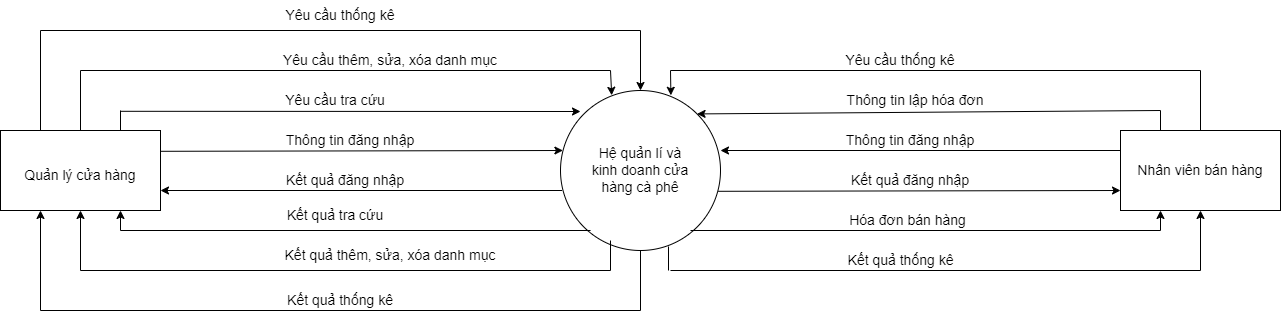
Earlier version of the draw.io export BFD&DFD_NGUCANH_0_1/ContextDiagram_CoffeeShop.drawio.png (hungtadasuke/CoffeShop_SoftwareTechnology). Source tidied: cells renumbered, new cells last; positions are measured from the earlier drawing's top-left corner, leaving out a move shared by most shapes.
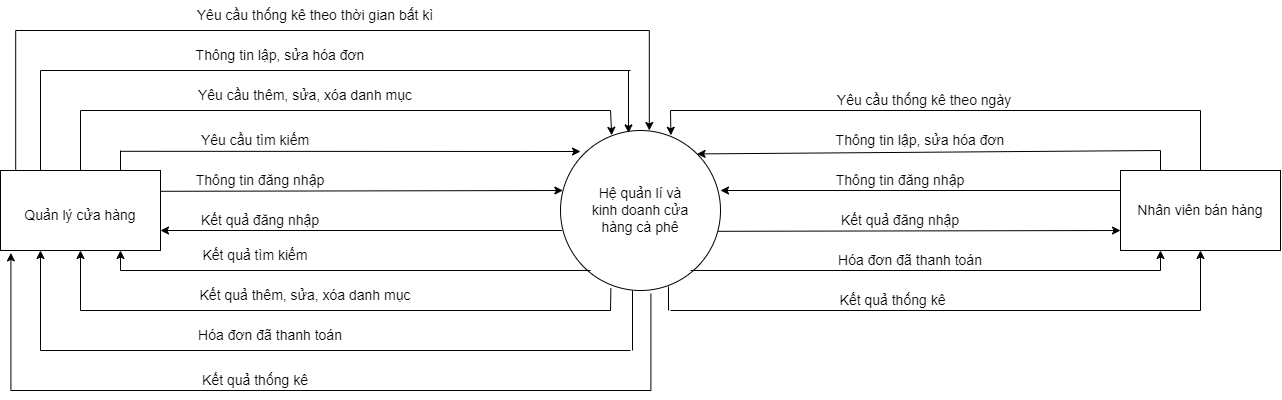
The same file after the commit.

Diff of the diagram source:
```diff
@@ -20,11 +20,11 @@
     <mxCell id="7" value="Nhân viên bán hàng" style="text;html=1;strokeColor=none;fillColor=none;align=center;verticalAlign=middle;whiteSpace=wrap;rounded=0;fontSize=14;" parent="1" vertex="1">
       <mxGeometry x="1130" y="155" width="140" height="30" as="geometry" />
     </mxCell>
-    <mxCell id="8" value="Thông tin lập hóa đơn" style="text;html=1;strokeColor=none;fillColor=none;align=center;verticalAlign=middle;whiteSpace=wrap;rounded=0;fontSize=14;" parent="1" vertex="1">
-      <mxGeometry x="840" y="90" width="150" height="20" as="geometry" />
+    <mxCell id="8" value="Thông tin lập, sửa hóa đơn" style="text;html=1;strokeColor=none;fillColor=none;align=center;verticalAlign=middle;whiteSpace=wrap;rounded=0;fontSize=14;" parent="1" vertex="1">
+      <mxGeometry x="825" y="90" width="190" height="20" as="geometry" />
     </mxCell>
-    <mxCell id="9" value="Hóa đơn bán hàng" style="text;html=1;strokeColor=none;fillColor=none;align=center;verticalAlign=middle;whiteSpace=wrap;rounded=0;fontSize=14;" parent="1" vertex="1">
-      <mxGeometry x="840" y="210" width="135" height="20" as="geometry" />
+    <mxCell id="9" value="Hóa đơn đã thanh toán" style="text;html=1;strokeColor=none;fillColor=none;align=center;verticalAlign=middle;whiteSpace=wrap;rounded=0;fontSize=14;" parent="1" vertex="1">
+      <mxGeometry x="830" y="210" width="160" height="20" as="geometry" />
     </mxCell>
     <mxCell id="10" style="endArrow=classic;html=1;rounded=0;fontSize=14;exitX=0;exitY=0.25;exitDx=0;exitDy=0;" parent="1" edge="1" source="6">
       <mxGeometry relative="1" as="geometry">
@@ -32,13 +32,13 @@
       </mxGeometry>
     </mxCell>
     <mxCell id="11" value="Thông tin đăng nhập" style="text;html=1;strokeColor=none;fillColor=none;align=center;verticalAlign=middle;whiteSpace=wrap;rounded=0;fontSize=14;" parent="1" vertex="1">
-      <mxGeometry x="840" y="125" width="140" height="30" as="geometry" />
+      <mxGeometry x="830" y="125" width="140" height="30" as="geometry" />
     </mxCell>
     <mxCell id="12" style="endArrow=classic;html=1;rounded=0;fontSize=14;entryX=0;entryY=0.75;entryDx=0;entryDy=0;exitX=0.985;exitY=0.63;exitDx=0;exitDy=0;exitPerimeter=0;" parent="1" edge="1" source="2" target="6">
       <mxGeometry relative="1" as="geometry" />
     </mxCell>
     <mxCell id="13" value="Kết quả đăng nhập" style="text;html=1;strokeColor=none;fillColor=none;align=center;verticalAlign=middle;whiteSpace=wrap;rounded=0;fontSize=14;" parent="1" vertex="1">
-      <mxGeometry x="845" y="170" width="130" height="20" as="geometry" />
+      <mxGeometry x="835" y="170" width="130" height="20" as="geometry" />
     </mxCell>
     <mxCell id="14" style="endArrow=none;html=1;rounded=0;fontSize=14;exitX=0.25;exitY=0;exitDx=0;exitDy=0;" parent="1" edge="1" source="6">
       <mxGeometry relative="1" as="geometry">
@@ -77,8 +77,8 @@
         <mxPoint x="670" y="70" as="sourcePoint" />
       </mxGeometry>
     </mxCell>
-    <mxCell id="21" value="Yêu cầu thống kê" style="text;html=1;strokeColor=none;fillColor=none;align=center;verticalAlign=middle;whiteSpace=wrap;rounded=0;fontSize=14;" parent="1" vertex="1">
-      <mxGeometry x="840" y="50" width="120" height="20" as="geometry" />
+    <mxCell id="21" value="Yêu cầu thống kê theo ngày" style="text;html=1;strokeColor=none;fillColor=none;align=center;verticalAlign=middle;whiteSpace=wrap;rounded=0;fontSize=14;" parent="1" vertex="1">
+      <mxGeometry x="825" y="50" width="197.5" height="20" as="geometry" />
     </mxCell>
     <mxCell id="22" style="endArrow=none;html=1;rounded=0;fontSize=14;exitX=0.675;exitY=0.975;exitDx=0;exitDy=0;exitPerimeter=0;" parent="1" edge="1" source="2">
       <mxGeometry relative="1" as="geometry">
@@ -97,7 +97,7 @@
       </mxGeometry>
     </mxCell>
     <mxCell id="25" value="Kết quả thống kê" style="text;html=1;strokeColor=none;fillColor=none;align=center;verticalAlign=middle;whiteSpace=wrap;rounded=0;fontSize=14;" parent="1" vertex="1">
-      <mxGeometry x="832.5" y="250" width="135" height="20" as="geometry" />
+      <mxGeometry x="825" y="250" width="135" height="20" as="geometry" />
     </mxCell>
     <mxCell id="26" style="endArrow=classic;html=1;rounded=0;fontSize=14;entryX=0;entryY=0.75;entryDx=0;entryDy=0;exitX=0.985;exitY=0.63;exitDx=0;exitDy=0;exitPerimeter=0;" parent="1" edge="1">
       <mxGeometry relative="1" as="geometry">
@@ -106,7 +106,7 @@
       </mxGeometry>
     </mxCell>
     <mxCell id="27" value="Thông tin đăng nhập" style="text;html=1;strokeColor=none;fillColor=none;align=center;verticalAlign=middle;whiteSpace=wrap;rounded=0;fontSize=14;" parent="1" vertex="1">
-      <mxGeometry x="280" y="125" width="140" height="30" as="geometry" />
+      <mxGeometry x="190" y="125" width="140" height="30" as="geometry" />
     </mxCell>
     <mxCell id="28" style="endArrow=classic;html=1;rounded=0;fontSize=14;exitX=0.01;exitY=0.625;exitDx=0;exitDy=0;exitPerimeter=0;" parent="1" edge="1" source="2">
       <mxGeometry relative="1" as="geometry">
@@ -114,7 +114,7 @@
       </mxGeometry>
     </mxCell>
     <mxCell id="29" value="Kết quả đăng nhập" style="text;html=1;strokeColor=none;fillColor=none;align=center;verticalAlign=middle;whiteSpace=wrap;rounded=0;fontSize=14;" parent="1" vertex="1">
-      <mxGeometry x="280" y="170" width="130" height="20" as="geometry" />
+      <mxGeometry x="195" y="170" width="130" height="20" as="geometry" />
     </mxCell>
     <mxCell id="30" style="endArrow=none;html=1;rounded=0;fontSize=14;exitX=0.25;exitY=0;exitDx=0;exitDy=0;" parent="1" edge="1">
       <mxGeometry relative="1" as="geometry">
@@ -128,11 +128,11 @@
         <mxPoint x="580" y="111" as="targetPoint" />
       </mxGeometry>
     </mxCell>
-    <mxCell id="32" value="Yêu cầu tra cứu" style="text;html=1;strokeColor=none;fillColor=none;align=center;verticalAlign=middle;whiteSpace=wrap;rounded=0;fontSize=14;" parent="1" vertex="1">
-      <mxGeometry x="280" y="85" width="110" height="30" as="geometry" />
+    <mxCell id="32" value="Yêu cầu tìm kiếm" style="text;html=1;strokeColor=none;fillColor=none;align=center;verticalAlign=middle;whiteSpace=wrap;rounded=0;fontSize=14;" parent="1" vertex="1">
+      <mxGeometry x="190" y="85" width="130" height="30" as="geometry" />
     </mxCell>
-    <mxCell id="33" value="Kết quả tra cứu" style="text;html=1;strokeColor=none;fillColor=none;align=center;verticalAlign=middle;whiteSpace=wrap;rounded=0;fontSize=14;" parent="1" vertex="1">
-      <mxGeometry x="280" y="200" width="110" height="30" as="geometry" />
+    <mxCell id="33" value="Kết quả tìm kiếm" style="text;html=1;strokeColor=none;fillColor=none;align=center;verticalAlign=middle;whiteSpace=wrap;rounded=0;fontSize=14;" parent="1" vertex="1">
+      <mxGeometry x="200" y="200" width="110" height="30" as="geometry" />
     </mxCell>
     <mxCell id="34" style="endArrow=none;html=1;rounded=0;fontSize=14;entryX=0.188;entryY=0.875;entryDx=0;entryDy=0;entryPerimeter=0;" parent="1" edge="1" target="2">
       <mxGeometry relative="1" as="geometry">
@@ -161,11 +161,10 @@
       </mxGeometry>
     </mxCell>
     <mxCell id="39" value="Yêu cầu thêm, sửa, xóa danh mục" style="text;html=1;strokeColor=none;fillColor=none;align=center;verticalAlign=middle;whiteSpace=wrap;rounded=0;fontSize=14;" parent="1" vertex="1">
-      <mxGeometry x="250" y="45" width="280" height="30" as="geometry" />
+      <mxGeometry x="170" y="40" width="270" height="30" as="geometry" />
     </mxCell>
-    <mxCell id="40" style="endArrow=none;html=1;rounded=0;fontSize=14;" parent="1" edge="1">
+    <mxCell id="40" style="endArrow=none;html=1;rounded=0;fontSize=14;exitX=0.315;exitY=0.985;exitDx=0;exitDy=0;exitPerimeter=0;" parent="1" edge="1" source="2">
       <mxGeometry relative="1" as="geometry">
-        <mxPoint x="610" y="240" as="sourcePoint" />
         <mxPoint x="610" y="270" as="targetPoint" />
       </mxGeometry>
     </mxCell>
@@ -188,26 +187,27 @@
     <mxCell id="44" style="endArrow=none;html=1;rounded=0;fontSize=14;" parent="1" edge="1">
       <mxGeometry relative="1" as="geometry">
         <mxPoint x="40" y="30" as="sourcePoint" />
-        <mxPoint x="640" y="30" as="targetPoint" />
+        <mxPoint x="630" y="30" as="targetPoint" />
       </mxGeometry>
     </mxCell>
-    <mxCell id="45" style="endArrow=classic;html=1;rounded=0;fontSize=14;entryX=0.5;entryY=0;entryDx=0;entryDy=0;" parent="1" edge="1" target="2">
+    <mxCell id="45" style="endArrow=classic;html=1;rounded=0;fontSize=14;entryX=0.425;entryY=0.015;entryDx=0;entryDy=0;entryPerimeter=0;" parent="1" edge="1" target="2">
       <mxGeometry relative="1" as="geometry">
-        <mxPoint x="640" y="30" as="sourcePoint" />
+        <mxPoint x="628" y="30" as="sourcePoint" />
       </mxGeometry>
     </mxCell>
-    <mxCell id="46" value="Yêu cầu thống kê" style="text;html=1;strokeColor=none;fillColor=none;align=center;verticalAlign=middle;whiteSpace=wrap;rounded=0;fontSize=14;" parent="1" vertex="1">
-      <mxGeometry x="280" width="120" height="30" as="geometry" />
+    <mxCell id="46" value="Yêu cầu thống kê theo thời gian bất kì" style="text;html=1;strokeColor=none;fillColor=none;align=center;verticalAlign=middle;whiteSpace=wrap;rounded=0;fontSize=14;" parent="1" vertex="1">
+      <mxGeometry x="190" y="-40" width="250" height="30" as="geometry" />
     </mxCell>
-    <mxCell id="47" style="endArrow=none;html=1;rounded=0;fontSize=14;entryX=0.5;entryY=1;entryDx=0;entryDy=0;" parent="1" edge="1" target="2">
+    <mxCell id="47" style="endArrow=none;html=1;rounded=0;fontSize=14;" parent="1" edge="1">
       <mxGeometry relative="1" as="geometry">
-        <mxPoint x="640" y="310" as="sourcePoint" />
+        <mxPoint x="632" y="310" as="sourcePoint" />
+        <mxPoint x="632" y="250" as="targetPoint" />
       </mxGeometry>
     </mxCell>
     <mxCell id="48" style="endArrow=none;html=1;rounded=0;fontSize=14;" parent="1" edge="1">
       <mxGeometry relative="1" as="geometry">
         <mxPoint x="40" y="310" as="sourcePoint" />
-        <mxPoint x="640" y="310" as="targetPoint" />
+        <mxPoint x="630" y="310" as="targetPoint" />
       </mxGeometry>
     </mxCell>
     <mxCell id="49" style="endArrow=classic;html=1;rounded=0;fontSize=14;entryX=0.25;entryY=1;entryDx=0;entryDy=0;" parent="1" edge="1" target="4">
@@ -216,10 +216,30 @@
       </mxGeometry>
     </mxCell>
     <mxCell id="50" value="Kết quả thống kê" style="text;html=1;strokeColor=none;fillColor=none;align=center;verticalAlign=middle;whiteSpace=wrap;rounded=0;fontSize=14;" parent="1" vertex="1">
-      <mxGeometry x="280" y="290" width="120" height="20" as="geometry" />
+      <mxGeometry x="195" y="330" width="120" height="20" as="geometry" />
     </mxCell>
     <mxCell id="51" value="Kết quả thêm, sửa, xóa danh mục" style="text;html=1;strokeColor=none;fillColor=none;align=center;verticalAlign=middle;whiteSpace=wrap;rounded=0;fontSize=14;" parent="1" vertex="1">
-      <mxGeometry x="250" y="240" width="280" height="30" as="geometry" />
+      <mxGeometry x="165" y="240" width="280" height="30" as="geometry" />
     </mxCell>
+    <mxCell id="52" value="Thông tin lập, sửa hóa đơn" style="text;html=1;strokeColor=none;fillColor=none;align=center;verticalAlign=middle;whiteSpace=wrap;rounded=0;fontSize=14;" parent="1" vertex="1">
+      <mxGeometry x="190" width="180" height="30" as="geometry" />
+    </mxCell>
+    <mxCell id="53" value="Hóa đơn đã thanh toán" style="text;html=1;strokeColor=none;fillColor=none;align=center;verticalAlign=middle;whiteSpace=wrap;rounded=0;fontSize=14;" parent="1" vertex="1">
+      <mxGeometry x="180" y="280" width="180" height="30" as="geometry" />
+    </mxCell>
+    <mxCell id="54" style="edgeStyle=elbowEdgeStyle;elbow=horizontal;endArrow=classic;html=1;rounded=0;exitX=0.095;exitY=-0.01;exitDx=0;exitDy=0;entryX=0.555;entryY=0;entryDx=0;entryDy=0;entryPerimeter=0;exitPerimeter=0;" parent="1" edge="1" source="4" target="2">
+      <mxGeometry relative="1" as="geometry">
+        <Array as="points">
+          <mxPoint x="190" y="-10" />
+        </Array>
+      </mxGeometry>
+    </mxCell>
+    <mxCell id="55" style="edgeStyle=elbowEdgeStyle;elbow=horizontal;endArrow=classic;html=1;rounded=0;exitX=0.565;exitY=1.02;exitDx=0;exitDy=0;exitPerimeter=0;entryX=0.065;entryY=1.03;entryDx=0;entryDy=0;entryPerimeter=0;" parent="1" edge="1" source="2" target="4">
+      <mxGeometry relative="1" as="geometry">
+        <Array as="points">
+          <mxPoint x="310" y="350" />
+        </Array>
+      </mxGeometry>
+    </mxCell>
   </root>
 </mxGraphModel>
```
